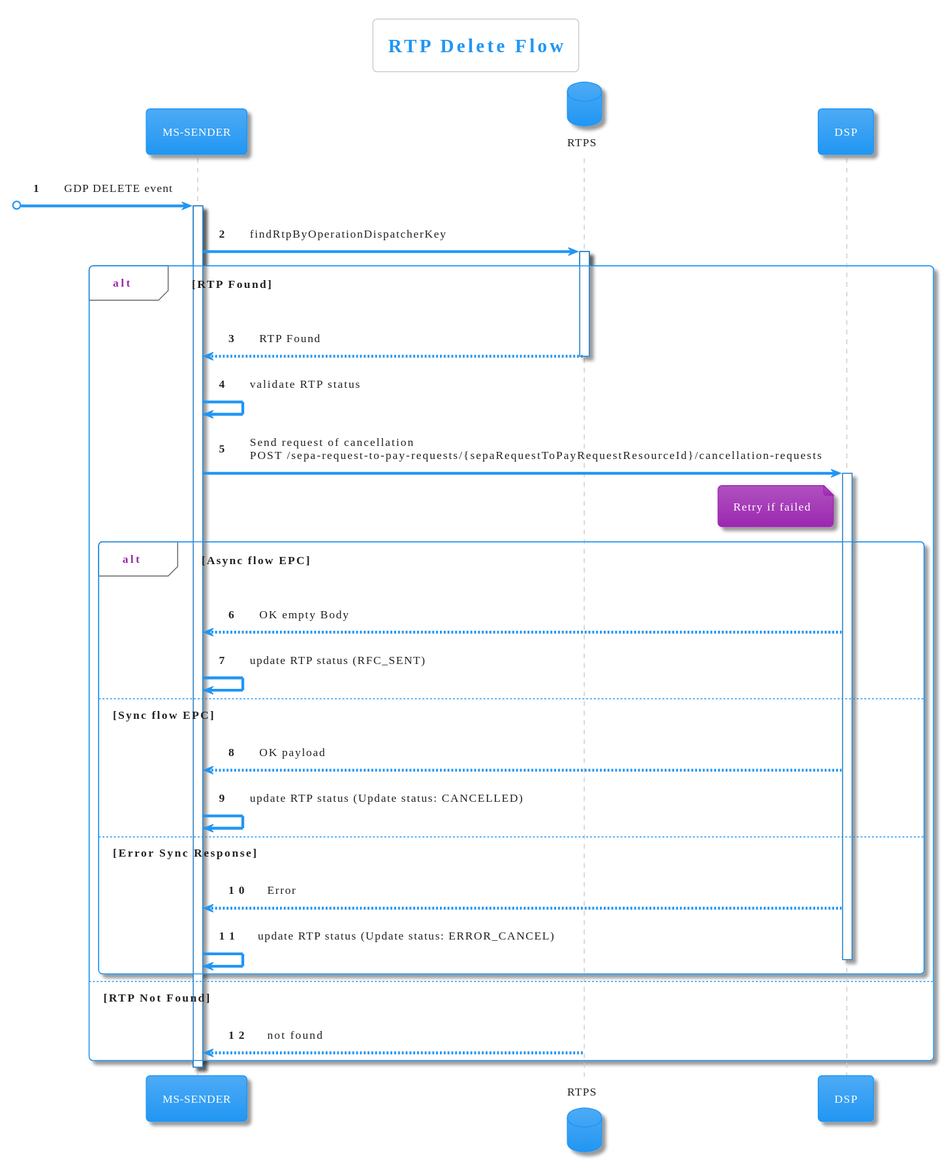
Before: diagrams/cancel.svg, a diagram exported from PlantUML (pagopa/rtp-docs).
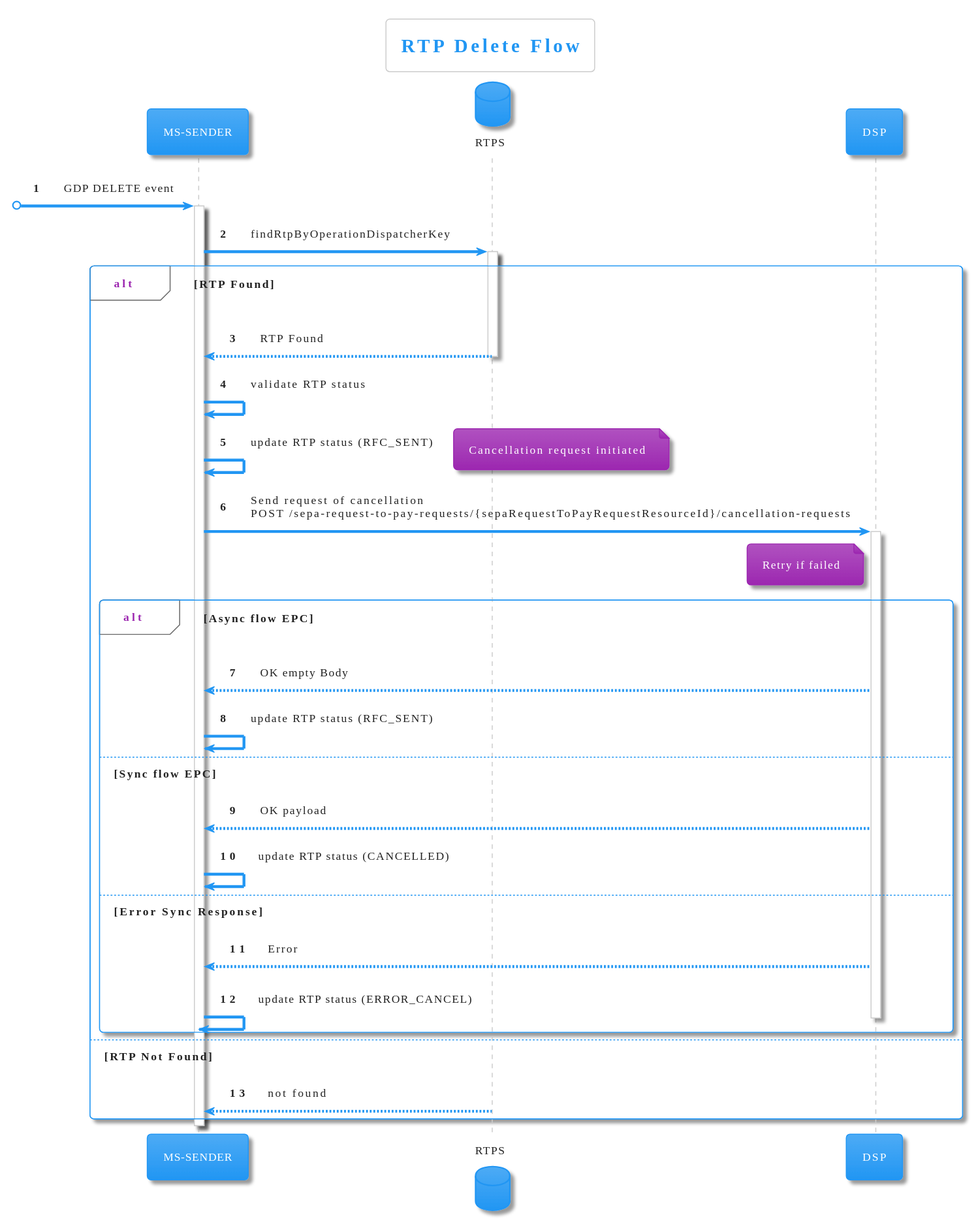
After the change.

Change to the diagram source:
```diff
@@ -20,6 +20,8 @@
     SRTP --> SENDER: RTP Found
     deactivate SRTP
     SENDER -> SENDER: validate RTP status
+    SENDER -> SENDER: update RTP status (RFC_SENT)
+    note right: Cancellation request initiated
     SENDER -> DSP: Send request of cancellation\nPOST /sepa-request-to-pay-requests/{sepaRequestToPayRequestResourceId}/cancellation-requests
     activate DSP
     note left of DSP
@@ -31,10 +33,10 @@
       SENDER -> SENDER: update RTP status (RFC_SENT)
     else Sync flow EPC
       DSP --> SENDER: OK payload
-      SENDER -> SENDER: update RTP status (Update status: CANCELLED)
+      SENDER -> SENDER: update RTP status (CANCELLED)
     else Error Sync Response
       DSP --> SENDER: Error
-      SENDER -> SENDER: update RTP status (Update status: ERROR_CANCEL)
+      SENDER -> SENDER: update RTP status (ERROR_CANCEL)
     deactivate DSP
     end Error RFC
 
```
